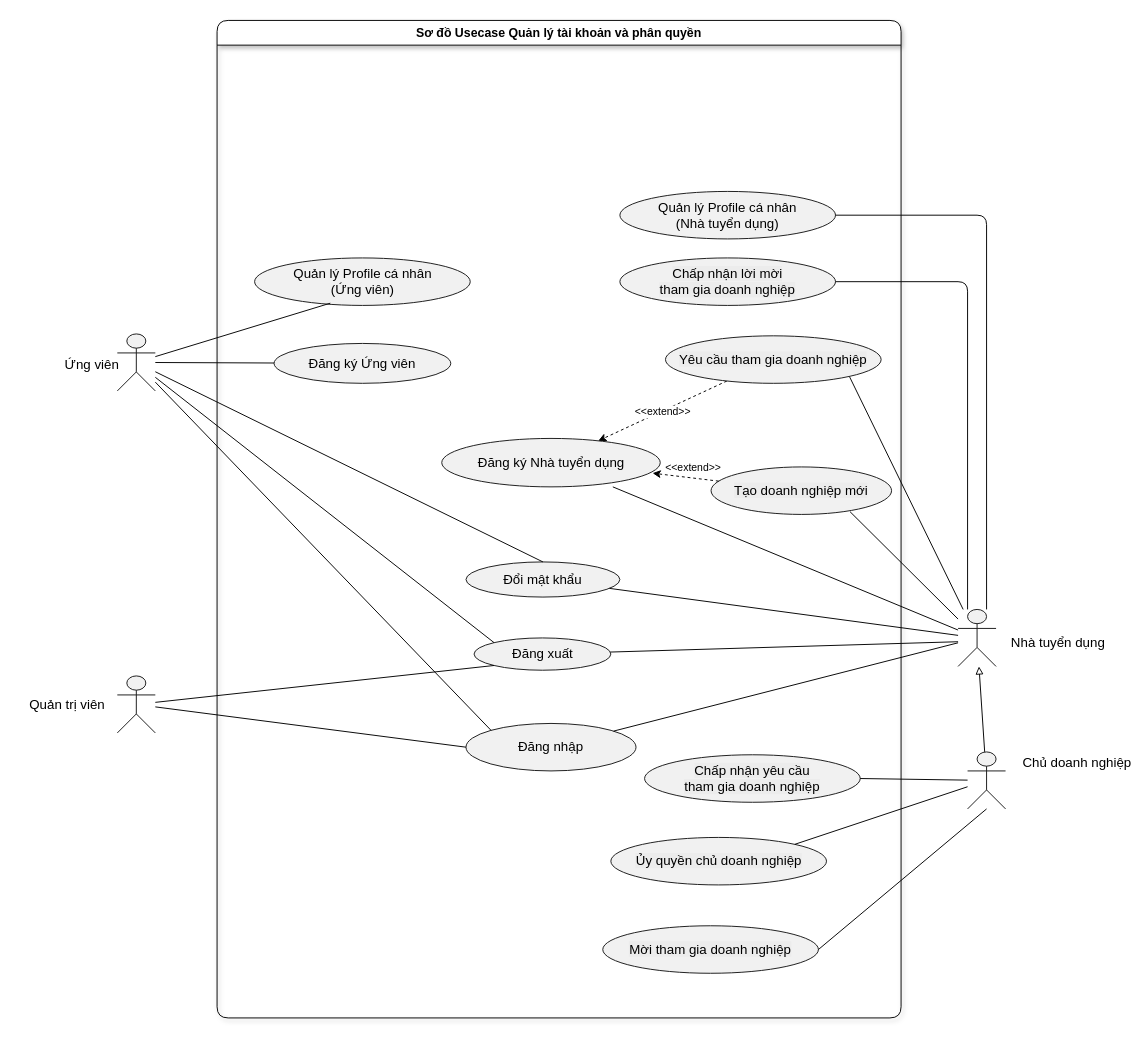
SE-Project-CTU/smart-recruitment-docs keeps this draw.io diagram as diagrams/usecase_account.drawio. Above is the earlier version. Source tidied: cells renumbered, new cells numbered last; positions are measured from the earlier drawing's top-left corner, leaving out a move shared by most shapes. Both pictures are drawn from the tidied source at 95%, with x=0, y=0 at pixel (15, 20).
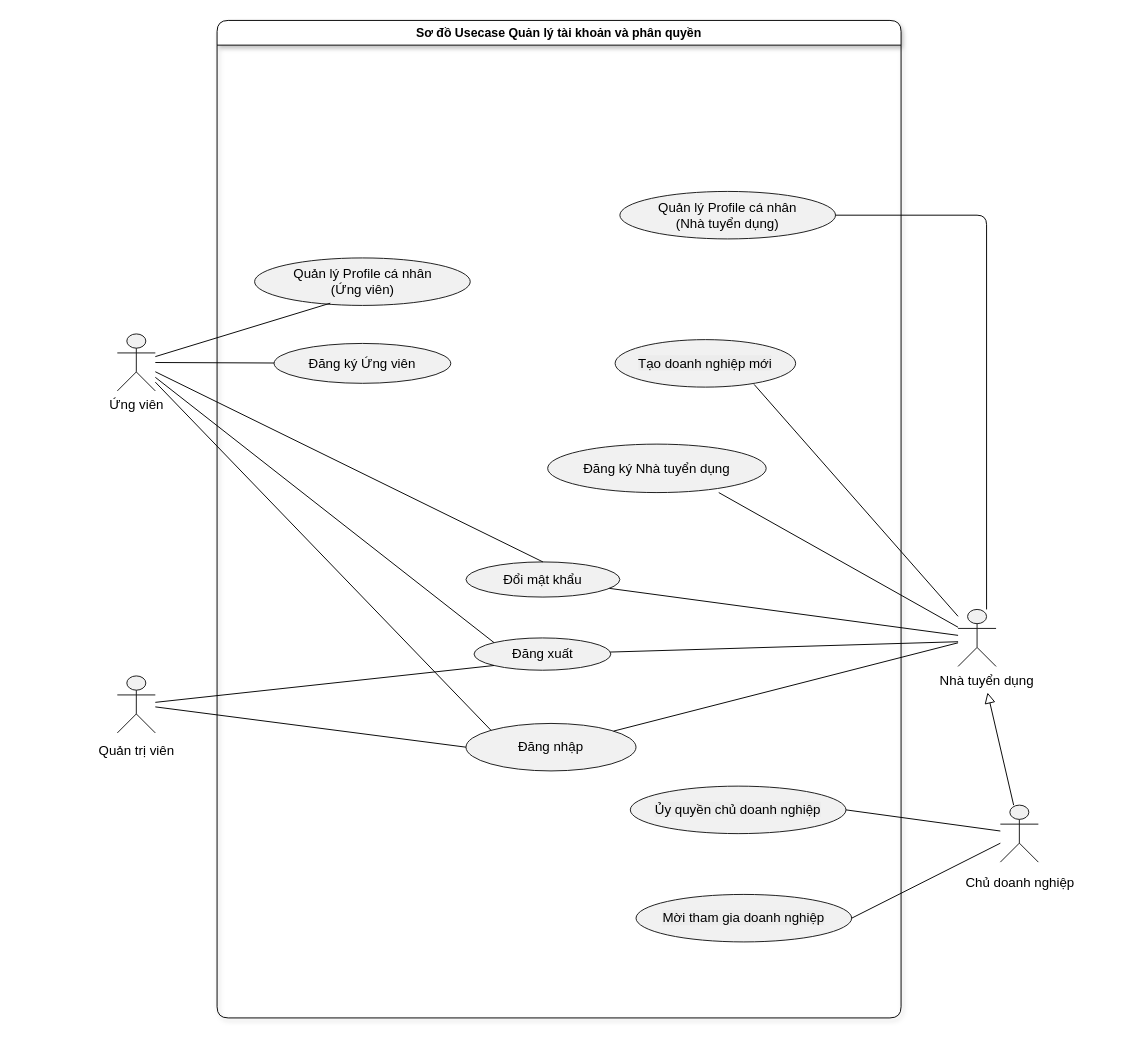
The same page after the edit.

Commit message (it also covers changes not shown here):
refactor: fix usecase diagrams

Unchanged cells that the change refers to:
```xml
<mxCell id="2" value="Sơ đồ Usecase Quản lý tài khoản và phân quyền" style="swimlane;startSize=26;fontSize=13;fontStyle=1;whiteSpace=wrap;shadow=1;rounded=1;glass=0;swimlaneLine=1;fillColor=default;gradientColor=none;fillStyle=solid;" parent="1" vertex="1">
  <mxGeometry x="212" width="720" height="1050" as="geometry" />
</mxCell>
<mxCell id="36" style="shape=umlActor;html=1;fillColor=#F1F1F1;strokeColor=#181818;fontColor=#000000;fontSize=14;shadow=0;" parent="1" vertex="1">
  <mxGeometry x="992" y="620" width="40" height="60" as="geometry" />
</mxCell>
```

Diff of the diagram source:
```diff
@@
     <mxCell id="4" value="Đăng ký Nhà tuyển dụng" style="ellipse;html=1;fillColor=#F1F1F1;strokeColor=#181818;whiteSpace=wrap;fontColor=#000000;fontSize=14;shadow=0;" parent="2" vertex="1">
-      <mxGeometry x="236.5" y="440" width="230" height="51" as="geometry" />
+      <mxGeometry x="348" y="446" width="230" height="51" as="geometry" />
     </mxCell>
@@
     <mxCell id="10" value="&lt;span style=&quot;background-color: rgb(236, 236, 236);&quot;&gt;Tạo doanh nghiệp mới&lt;/span&gt;" style="ellipse;html=1;fillColor=#F1F1F1;strokeColor=#181818;whiteSpace=wrap;fontColor=#000000;fontSize=14;shadow=0;" parent="2" vertex="1">
-      <mxGeometry x="520" y="470" width="190" height="50" as="geometry" />
+      <mxGeometry x="419" y="336" width="190" height="50" as="geometry" />
     </mxCell>
-    <mxCell id="11" style="edgeStyle=none;html=1;dashed=1;" parent="2" edge="1" source="13" target="4">
-      <mxGeometry relative="1" as="geometry" />
-    </mxCell>
-    <mxCell id="12" value="&lt;span style=&quot;color: rgb(0, 0, 0);&quot;&gt;&amp;lt;&amp;lt;extend&amp;gt;&amp;gt;&lt;/span&gt;" style="edgeLabel;html=1;align=center;verticalAlign=middle;" parent="11" vertex="1">
-      <mxGeometry relative="1" as="geometry" />
-    </mxCell>
-    <mxCell id="13" value="&lt;span style=&quot;background-color: rgb(236, 236, 236);&quot;&gt;Yêu cầu tham gia doanh nghiệp&lt;/span&gt;" style="ellipse;html=1;fillColor=#F1F1F1;strokeColor=#181818;whiteSpace=wrap;fontColor=#000000;fontSize=14;shadow=0;" parent="2" vertex="1">
-      <mxGeometry x="472" y="332" width="227" height="50" as="geometry" />
-    </mxCell>
     <mxCell id="14" value="&lt;span style=&quot;background-color: rgb(236, 236, 236);&quot;&gt;Mời tham gia doanh nghiệp&lt;/span&gt;" style="ellipse;html=1;fillColor=#F1F1F1;strokeColor=#181818;whiteSpace=wrap;fontColor=#000000;fontSize=14;shadow=0;" parent="2" vertex="1">
-      <mxGeometry x="406" y="953" width="227" height="50" as="geometry" />
+      <mxGeometry x="441" y="920" width="227" height="50" as="geometry" />
     </mxCell>
-    <mxCell id="15" style="edgeStyle=none;html=1;entryX=0.965;entryY=0.717;entryDx=0;entryDy=0;entryPerimeter=0;dashed=1;" parent="2" edge="1" source="10" target="4">
-      <mxGeometry relative="1" as="geometry" />
-    </mxCell>
-    <mxCell id="16" value="&lt;span style=&quot;color: rgb(0, 0, 0);&quot;&gt;&amp;lt;&amp;lt;extend&amp;gt;&amp;gt;&lt;/span&gt;" style="edgeLabel;html=1;align=center;verticalAlign=middle;" parent="15" vertex="1">
-      <mxGeometry x="-0.19" relative="1" as="geometry">
-        <mxPoint y="-11" as="offset" />
-      </mxGeometry>
-    </mxCell>
-    <mxCell id="17" value="&lt;span style=&quot;background-color: rgb(236, 236, 236);&quot;&gt;Chấp nhận lời mời&lt;br&gt;tham gia doanh nghiệp&lt;/span&gt;" style="ellipse;html=1;fillColor=#F1F1F1;strokeColor=#181818;whiteSpace=wrap;fontColor=#000000;fontSize=14;shadow=0;" parent="2" vertex="1">
-      <mxGeometry x="424" y="250" width="227" height="50" as="geometry" />
-    </mxCell>
     <mxCell id="18" value="&lt;span style=&quot;background-color: rgb(236, 236, 236);&quot;&gt;Ủy quyền chủ doanh nghiệp&lt;/span&gt;" style="ellipse;html=1;fillColor=#F1F1F1;strokeColor=#181818;whiteSpace=wrap;fontColor=#000000;fontSize=14;shadow=0;" parent="2" vertex="1">
-      <mxGeometry x="414.5" y="860" width="227" height="50" as="geometry" />
+      <mxGeometry x="435" y="806" width="227" height="50" as="geometry" />
     </mxCell>
-    <mxCell id="19" value="&lt;span style=&quot;background-color: rgb(236, 236, 236);&quot;&gt;Chấp nhận yêu cầu&lt;br&gt;tham gia doanh nghiệp&lt;/span&gt;" style="ellipse;html=1;fillColor=#F1F1F1;strokeColor=#181818;whiteSpace=wrap;fontColor=#000000;fontSize=14;shadow=0;" parent="2" vertex="1">
-      <mxGeometry x="450" y="773" width="227" height="50" as="geometry" />
-    </mxCell>
@@
     <mxCell id="23" value="Quản trị viên" style="text;html=1;align=center;verticalAlign=top;fontColor=#000000;fontSize=14;" parent="1" vertex="1">
-      <mxGeometry x="0.5" y="705" width="106.5" height="30" as="geometry" />
+      <mxGeometry x="73.8" y="754" width="106.5" height="30" as="geometry" />
     </mxCell>
@@
     <mxCell id="29" value="Ứng viên" style="text;html=1;align=center;verticalAlign=top;fontColor=#000000;fontSize=14;" parent="1" vertex="1">
-      <mxGeometry x="42" y="347.4" width="75" height="25.2" as="geometry" />
+      <mxGeometry x="89.5" y="390" width="75" height="25.2" as="geometry" />
     </mxCell>
@@
-    <mxCell id="32" style="edgeStyle=none;html=1;entryX=1;entryY=1;entryDx=0;entryDy=0;endArrow=none;endFill=0;" parent="1" edge="1" source="36" target="13">
-      <mxGeometry relative="1" as="geometry" />
-    </mxCell>
-    <mxCell id="33" style="html=1;entryX=1;entryY=0.5;entryDx=0;entryDy=0;endArrow=none;endFill=0;" parent="1" edge="1" target="14">
-      <mxGeometry relative="1" as="geometry">
-        <mxPoint x="1022" y="830" as="sourcePoint" />
-      </mxGeometry>
+    <mxCell id="33" style="html=1;entryX=1;entryY=0.5;entryDx=0;entryDy=0;endArrow=none;endFill=0;" parent="1" edge="1" source="45" target="14">
+      <mxGeometry relative="1" as="geometry" />
     </mxCell>
@@
-    <mxCell id="35" style="edgeStyle=orthogonalEdgeStyle;html=1;entryX=1;entryY=0.5;entryDx=0;entryDy=0;endArrow=none;endFill=0;" parent="1" edge="1" source="36" target="17">
-      <mxGeometry relative="1" as="geometry">
-        <Array as="points">
-          <mxPoint x="1002" y="275" />
-        </Array>
-      </mxGeometry>
-    </mxCell>
@@
     <mxCell id="38" value="Nhà tuyển dụng" style="text;html=1;align=center;verticalAlign=top;fontColor=#000000;fontSize=14;" parent="1" vertex="1">
-      <mxGeometry x="1042" y="640" width="109" height="27.5" as="geometry" />
+      <mxGeometry x="967.5" y="680" width="109" height="27.5" as="geometry" />
     </mxCell>
@@
-    <mxCell id="42" style="edgeStyle=none;html=1;endArrow=block;endFill=0;strokeColor=default;rounded=1;curved=0;jumpStyle=none;" parent="1" edge="1" source="45" target="36">
-      <mxGeometry relative="1" as="geometry" />
+    <mxCell id="42" style="edgeStyle=none;html=1;endArrow=block;endFill=0;strokeColor=default;rounded=1;curved=0;jumpStyle=none;entryX=0.5;entryY=1;entryDx=0;entryDy=0;startSize=6;strokeWidth=1;endSize=9;" parent="1" edge="1">
+      <mxGeometry relative="1" as="geometry">
+        <mxPoint x="1050.5" y="826" as="sourcePoint" />
+        <mxPoint x="1023" y="707.5" as="targetPoint" />
+      </mxGeometry>
     </mxCell>
-    <mxCell id="43" style="edgeStyle=none;html=1;entryX=1;entryY=0;entryDx=0;entryDy=0;endArrow=none;endFill=0;" parent="1" edge="1" source="45" target="18">
+    <mxCell id="43" style="edgeStyle=none;html=1;entryX=1;entryY=0.5;entryDx=0;entryDy=0;endArrow=none;endFill=0;" parent="1" edge="1" source="45" target="18">
       <mxGeometry relative="1" as="geometry" />
     </mxCell>
-    <mxCell id="44" style="edgeStyle=none;html=1;entryX=1;entryY=0.5;entryDx=0;entryDy=0;endArrow=none;endFill=0;" parent="1" edge="1" source="45" target="19">
-      <mxGeometry relative="1" as="geometry" />
-    </mxCell>
     <mxCell id="45" style="shape=umlActor;html=1;fillColor=#F1F1F1;strokeColor=#181818;fontColor=#000000;fontSize=14;shadow=0;" parent="1" vertex="1">
-      <mxGeometry x="1002" y="770" width="40" height="60" as="geometry" />
+      <mxGeometry x="1036.5" y="826" width="40" height="60" as="geometry" />
     </mxCell>
     <mxCell id="46" value="Chủ doanh nghiệp" style="text;html=1;align=center;verticalAlign=top;fontColor=#000000;fontSize=14;" parent="1" vertex="1">
-      <mxGeometry x="1062" y="766.2" width="109" height="27.5" as="geometry" />
+      <mxGeometry x="1002" y="893" width="109" height="27.5" as="geometry" />
     </mxCell>
```
